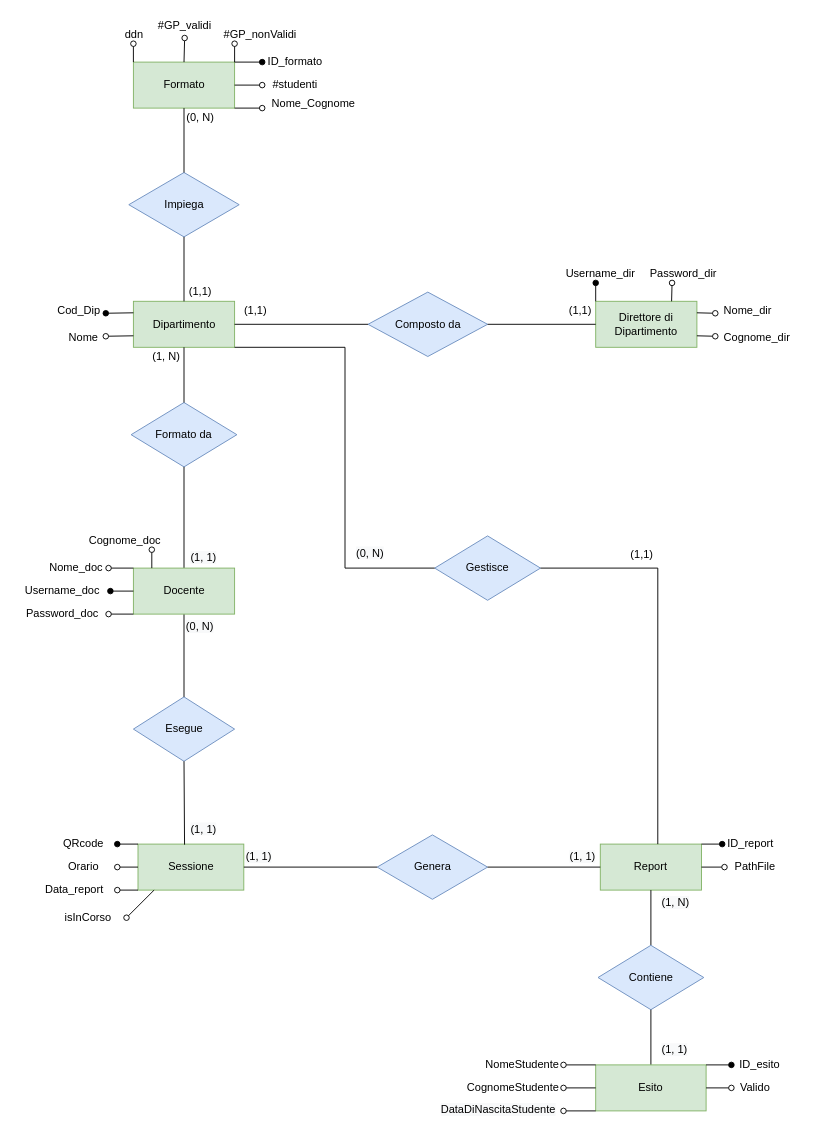
Alberto-00/EasyPass keeps this draw.io diagram as Database/Modello concettuale/database.drawio. Above is the earlier version. Source tidied: cells renumbered, new cells numbered last; positions are measured from the earlier drawing's top-left corner, leaving out a move shared by most shapes. Both pictures are drawn from the tidied source at 92%, with x=0, y=0 at pixel (16, 16).
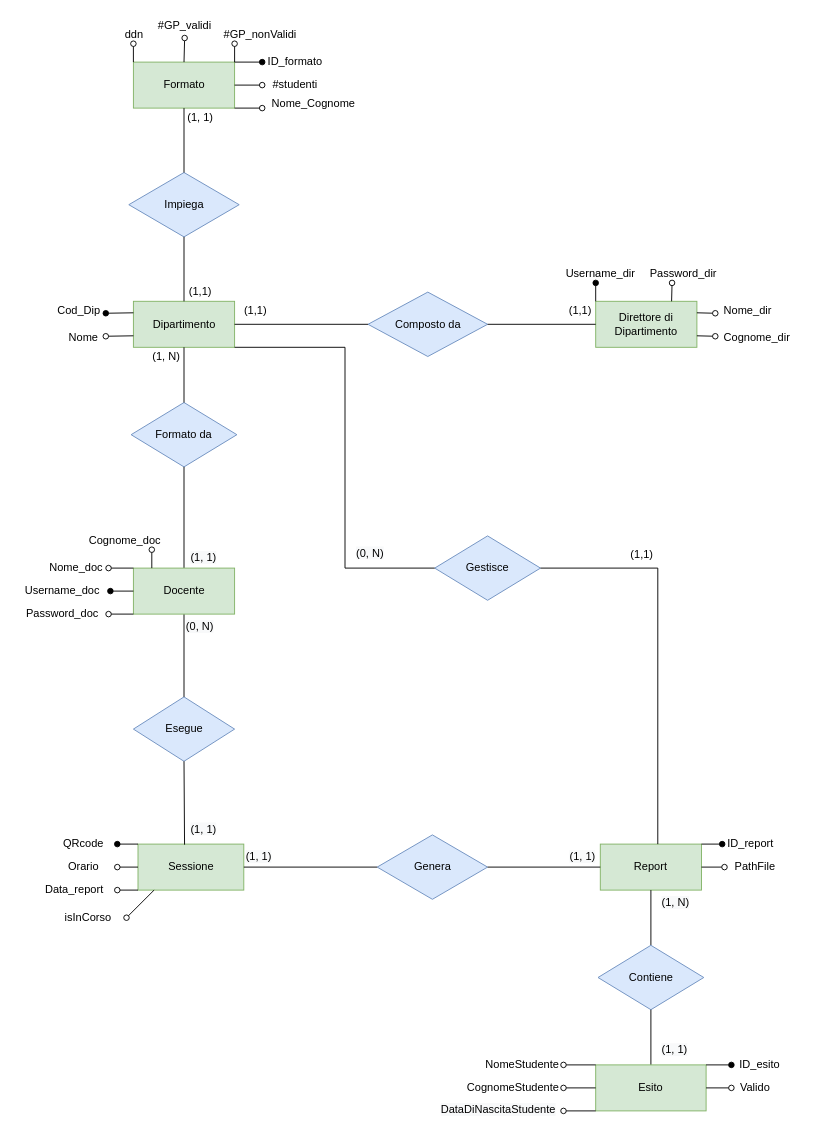
The same diagram, later.

What changed in the source:
```diff
@@
-    <mxCell id="29" value="(0, N)" style="text;html=1;align=center;verticalAlign=middle;strokeColor=none;fillColor=none;" parent="1" vertex="1">
-      <mxGeometry x="175" y="100" width="50" height="20" as="geometry" />
+    <mxCell id="29" value="(1, 1)" style="text;html=1;align=center;verticalAlign=middle;strokeColor=none;fillColor=none;" parent="1" vertex="1">
+      <mxGeometry x="180" y="100" width="40" height="20" as="geometry" />
     </mxCell>
```
